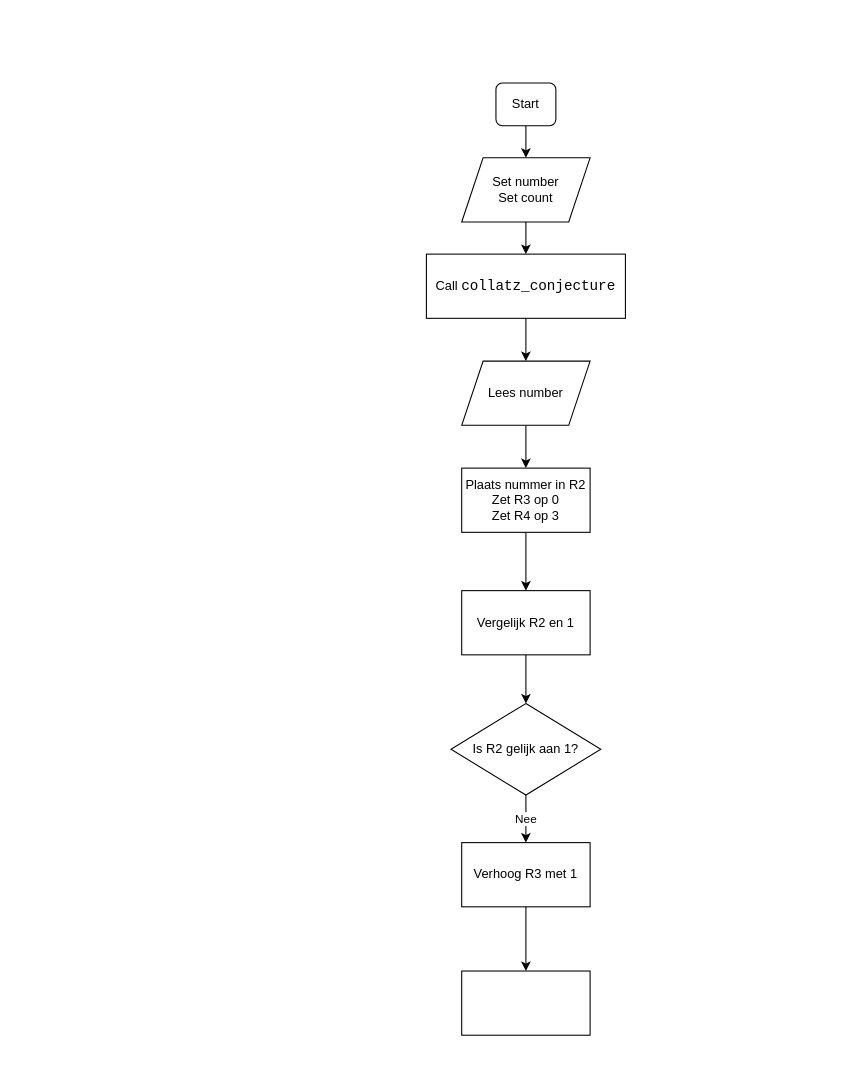
Earlier version of the draw.io diagram Labo1/CollatzConjecture/resources/collatz_conjecture.drawio (RobbeRDG/ComputerTechniek). Source tidied: cells renumbered, new cells numbered last; positions are measured from the earlier drawing's top-left corner, leaving out a move shared by most shapes. Both pictures are drawn from the tidied source at 107%, with x=0, y=0 at pixel (426, 82).
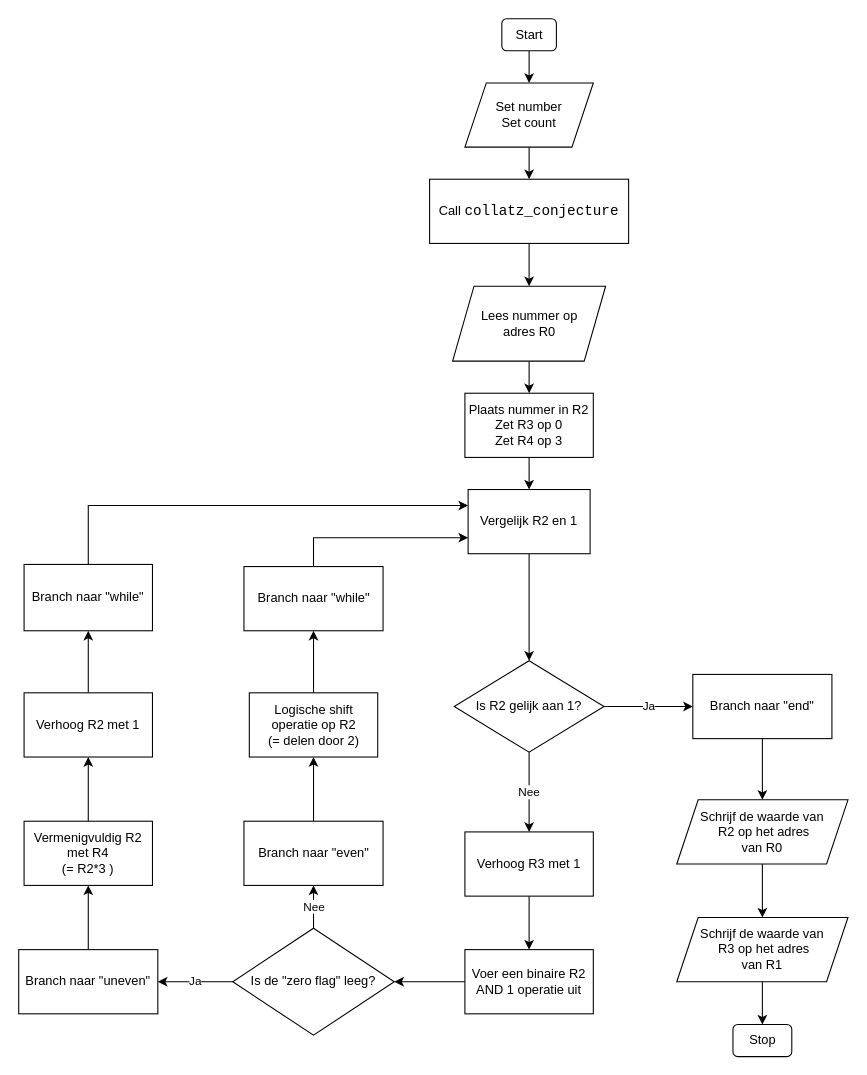
After the change.

What changed in the source:
```diff
@@
     <mxCell id="3" value="Start" style="rounded=1;whiteSpace=wrap;html=1;" parent="1" vertex="1">
-      <mxGeometry x="65" width="56" height="40" as="geometry" />
+      <mxGeometry x="70.5" y="-60" width="51" height="30" as="geometry" />
     </mxCell>
@@
     <mxCell id="5" value="Set number&lt;br&gt;Set count" style="shape=parallelogram;perimeter=parallelogramPerimeter;whiteSpace=wrap;html=1;fixedSize=1;" parent="1" vertex="1">
-      <mxGeometry x="33" y="70" width="120" height="60" as="geometry" />
+      <mxGeometry x="36" width="120" height="60" as="geometry" />
     </mxCell>
@@
     <mxCell id="7" value="Call&amp;nbsp;&lt;span lang=&quot;EN-US&quot; style=&quot;font-size: 10pt ; line-height: 115% ; font-family: &amp;#34;consolas&amp;#34;&quot;&gt;collatz_conjecture&lt;/span&gt;" style="rounded=0;whiteSpace=wrap;html=1;" parent="1" vertex="1">
-      <mxGeometry y="160" width="186" height="60" as="geometry" />
+      <mxGeometry x="3" y="90" width="186" height="60" as="geometry" />
     </mxCell>
@@
-    <mxCell id="9" value="Lees number" style="shape=parallelogram;perimeter=parallelogramPerimeter;whiteSpace=wrap;html=1;fixedSize=1;" parent="1" vertex="1">
-      <mxGeometry x="33" y="260" width="120" height="60" as="geometry" />
+    <mxCell id="9" value="Lees nummer op &lt;br&gt;adres R0" style="shape=parallelogram;perimeter=parallelogramPerimeter;whiteSpace=wrap;html=1;fixedSize=1;" parent="1" vertex="1">
+      <mxGeometry x="24.5" y="190" width="143" height="70" as="geometry" />
     </mxCell>
@@
     <mxCell id="11" value="Plaats nummer in R2&lt;br&gt;Zet R3 op 0&lt;br&gt;Zet R4 op 3" style="rounded=0;whiteSpace=wrap;html=1;" parent="1" vertex="1">
-      <mxGeometry x="33" y="360" width="120" height="60" as="geometry" />
+      <mxGeometry x="36" y="290" width="120" height="60" as="geometry" />
     </mxCell>
@@
+    <mxCell id="19" value="Ja" style="edgeStyle=orthogonalEdgeStyle;rounded=0;jettySize=auto;html=1;" parent="1" edge="1" source="13" target="39">
+      <mxGeometry relative="1" as="geometry" />
+    </mxCell>
     <mxCell id="13" value="Is R2 gelijk aan 1?" style="rhombus;whiteSpace=wrap;html=1;" parent="1" vertex="1">
-      <mxGeometry x="23" y="580" width="140" height="85.5" as="geometry" />
+      <mxGeometry x="26" y="540" width="140" height="85.5" as="geometry" />
     </mxCell>
@@
     <mxCell id="15" value="Vergelijk R2 en 1" style="rounded=0;whiteSpace=wrap;html=1;" parent="1" vertex="1">
-      <mxGeometry x="33" y="474.5" width="120" height="60" as="geometry" />
+      <mxGeometry x="39" y="380" width="114" height="60" as="geometry" />
     </mxCell>
@@
     <mxCell id="17" value="Verhoog R3 met 1" style="rounded=0;whiteSpace=wrap;html=1;" parent="1" vertex="1">
-      <mxGeometry x="33" y="710" width="120" height="60" as="geometry" />
+      <mxGeometry x="36" y="700" width="120" height="60" as="geometry" />
     </mxCell>
+    <mxCell id="20" style="edgeStyle=orthogonalEdgeStyle;rounded=0;jettySize=auto;html=1;" parent="1" edge="1" source="18" target="23">
+      <mxGeometry relative="1" as="geometry" />
+    </mxCell>
-    <mxCell id="18" style="rounded=0;whiteSpace=wrap;html=1;" parent="1" vertex="1">
-      <mxGeometry x="33" y="830" width="120" height="60" as="geometry" />
+    <mxCell id="18" value="Voer een binaire R2 AND 1 operatie uit" style="rounded=0;whiteSpace=wrap;html=1;" parent="1" vertex="1">
+      <mxGeometry x="36" y="810" width="120" height="60" as="geometry" />
     </mxCell>
+    <mxCell id="21" value="Ja" style="edgeStyle=orthogonalEdgeStyle;rounded=0;jettySize=auto;html=1;" parent="1" edge="1" source="23" target="25">
+      <mxGeometry relative="1" as="geometry" />
+    </mxCell>
+    <mxCell id="22" value="Nee" style="edgeStyle=orthogonalEdgeStyle;rounded=0;jettySize=auto;html=1;" parent="1" edge="1" source="23" target="27">
+      <mxGeometry relative="1" as="geometry" />
+    </mxCell>
+    <mxCell id="23" value="Is de &quot;zero flag&quot; leeg?" style="rhombus;whiteSpace=wrap;html=1;" parent="1" vertex="1">
+      <mxGeometry x="-181" y="790" width="151" height="100" as="geometry" />
+    </mxCell>
+    <mxCell id="24" style="edgeStyle=orthogonalEdgeStyle;rounded=0;jettySize=auto;html=1;" parent="1" edge="1" source="25" target="35">
+      <mxGeometry relative="1" as="geometry" />
+    </mxCell>
+    <mxCell id="25" value="Branch naar &quot;uneven&quot;" style="rounded=0;whiteSpace=wrap;html=1;" parent="1" vertex="1">
+      <mxGeometry x="-381" y="810" width="130" height="60" as="geometry" />
+    </mxCell>
+    <mxCell id="26" style="edgeStyle=orthogonalEdgeStyle;rounded=0;jettySize=auto;html=1;" parent="1" edge="1" source="27" target="29">
+      <mxGeometry relative="1" as="geometry" />
+    </mxCell>
+    <mxCell id="27" value="Branch naar &quot;even&quot;" style="rounded=0;whiteSpace=wrap;html=1;" parent="1" vertex="1">
+      <mxGeometry x="-170.5" y="690" width="130" height="60" as="geometry" />
+    </mxCell>
+    <mxCell id="28" style="edgeStyle=orthogonalEdgeStyle;rounded=0;jettySize=auto;html=1;" parent="1" edge="1" source="29" target="31">
+      <mxGeometry relative="1" as="geometry" />
+    </mxCell>
+    <mxCell id="29" value="Logische shift operatie op R2 &lt;br&gt;(= delen door 2)" style="rounded=0;whiteSpace=wrap;html=1;" parent="1" vertex="1">
+      <mxGeometry x="-165.5" y="570" width="120" height="60" as="geometry" />
+    </mxCell>
+    <mxCell id="30" style="edgeStyle=orthogonalEdgeStyle;rounded=0;jettySize=auto;html=1;entryX=0;entryY=0.75;entryDx=0;entryDy=0;" parent="1" edge="1" source="31" target="15">
+      <mxGeometry relative="1" as="geometry">
+        <Array as="points">
+          <mxPoint x="-105" y="425" />
+        </Array>
+      </mxGeometry>
+    </mxCell>
+    <mxCell id="31" value="Branch naar &quot;while&quot;" style="rounded=0;whiteSpace=wrap;html=1;" parent="1" vertex="1">
+      <mxGeometry x="-170.5" y="452" width="130" height="60" as="geometry" />
+    </mxCell>
+    <mxCell id="32" style="edgeStyle=orthogonalEdgeStyle;rounded=0;jettySize=auto;html=1;" parent="1" edge="1" source="33" target="37">
+      <mxGeometry relative="1" as="geometry" />
+    </mxCell>
+    <mxCell id="33" value="Verhoog R2 met 1" style="rounded=0;whiteSpace=wrap;html=1;" parent="1" vertex="1">
+      <mxGeometry x="-376" y="570" width="120" height="60" as="geometry" />
+    </mxCell>
+    <mxCell id="34" style="edgeStyle=orthogonalEdgeStyle;rounded=0;jettySize=auto;html=1;" parent="1" edge="1" source="35" target="33">
+      <mxGeometry relative="1" as="geometry" />
+    </mxCell>
+    <mxCell id="35" value="Vermenigvuldig R2 met R4&lt;br&gt;(= R2*3 )" style="rounded=0;whiteSpace=wrap;html=1;" parent="1" vertex="1">
+      <mxGeometry x="-376" y="690" width="120" height="60" as="geometry" />
+    </mxCell>
+    <mxCell id="36" style="edgeStyle=orthogonalEdgeStyle;rounded=0;jettySize=auto;html=1;entryX=0;entryY=0.25;entryDx=0;entryDy=0;" parent="1" edge="1" source="37" target="15">
+      <mxGeometry relative="1" as="geometry">
+        <Array as="points">
+          <mxPoint x="-316" y="395" />
+        </Array>
+      </mxGeometry>
+    </mxCell>
+    <mxCell id="37" value="Branch naar &quot;while&quot;" style="rounded=0;whiteSpace=wrap;html=1;" parent="1" vertex="1">
+      <mxGeometry x="-376" y="450" width="120" height="62" as="geometry" />
+    </mxCell>
+    <mxCell id="38" style="edgeStyle=orthogonalEdgeStyle;rounded=0;jettySize=auto;html=1;" parent="1" edge="1" source="39" target="41">
+      <mxGeometry relative="1" as="geometry" />
+    </mxCell>
+    <mxCell id="39" value="Branch naar &quot;end&quot;" style="rounded=0;whiteSpace=wrap;html=1;" parent="1" vertex="1">
+      <mxGeometry x="249" y="552.8" width="130" height="60" as="geometry" />
+    </mxCell>
+    <mxCell id="40" style="edgeStyle=orthogonalEdgeStyle;rounded=0;jettySize=auto;html=1;" parent="1" edge="1" source="41" target="43">
+      <mxGeometry relative="1" as="geometry" />
+    </mxCell>
+    <mxCell id="41" value="Schrijf de waarde van&lt;br&gt;&amp;nbsp;R2 op het adres &lt;br&gt;van R0" style="shape=parallelogram;perimeter=parallelogramPerimeter;whiteSpace=wrap;html=1;fixedSize=1;" parent="1" vertex="1">
+      <mxGeometry x="234" y="670" width="160" height="60" as="geometry" />
+    </mxCell>
+    <mxCell id="42" style="edgeStyle=orthogonalEdgeStyle;rounded=0;jettySize=auto;html=1;" parent="1" edge="1" source="43" target="44">
+      <mxGeometry relative="1" as="geometry" />
+    </mxCell>
+    <mxCell id="43" value="Schrijf de waarde van&lt;br&gt;&amp;nbsp;R3 op het adres &lt;br&gt;van R1" style="shape=parallelogram;perimeter=parallelogramPerimeter;whiteSpace=wrap;html=1;fixedSize=1;" parent="1" vertex="1">
+      <mxGeometry x="234" y="780" width="160" height="60" as="geometry" />
+    </mxCell>
+    <mxCell id="44" value="Stop" style="rounded=1;whiteSpace=wrap;html=1;" parent="1" vertex="1">
+      <mxGeometry x="286.5" y="880" width="55" height="30" as="geometry" />
+    </mxCell>
```
